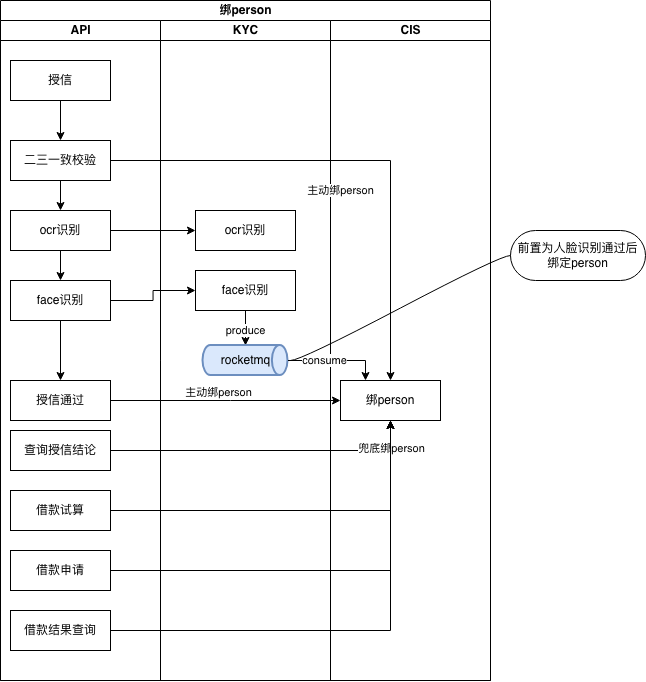
Before: 绑person对比图.png, a diagram exported from draw.io (yuanlj-tea/picgo). Source tidied: cells renumbered, new cells last; positions are measured from the earlier drawing's top-left corner, leaving out a move shared by most shapes.
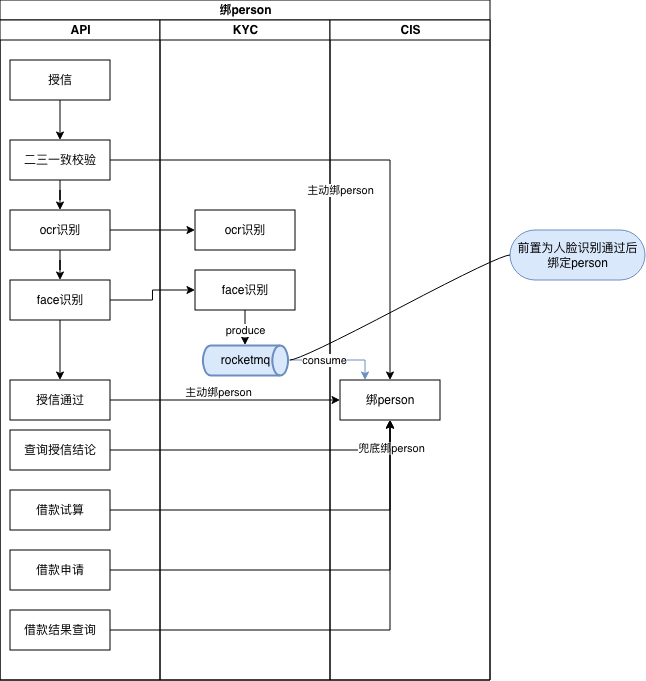
Later version of the same file.

Commit message:
更新绑person对比图.png

What changed in the source:
```diff
@@ -113,13 +113,13 @@
     <mxCell id="35" style="edgeStyle=orthogonalEdgeStyle;rounded=0;jettySize=auto;html=1;entryX=0.5;entryY=1;entryDx=0;entryDy=0;" parent="2" edge="1" source="16" target="24">
       <mxGeometry relative="1" as="geometry" />
     </mxCell>
-    <mxCell id="36" style="edgeStyle=orthogonalEdgeStyle;rounded=0;jettySize=auto;html=1;entryX=0.25;entryY=0;entryDx=0;entryDy=0;" parent="2" edge="1" source="22" target="24">
+    <mxCell id="36" style="edgeStyle=orthogonalEdgeStyle;rounded=0;jettySize=auto;html=1;entryX=0.25;entryY=0;entryDx=0;entryDy=0;fillColor=#dae8fc;strokeColor=#6c8ebf;" parent="2" edge="1" source="22" target="24">
       <mxGeometry relative="1" as="geometry" />
     </mxCell>
     <mxCell id="37" value="consume" style="edgeLabel;html=1;align=center;verticalAlign=middle;" parent="36" vertex="1">
       <mxGeometry x="-0.25" relative="1" as="geometry" />
     </mxCell>
-    <mxCell id="38" value="前置为人脸识别通过后&lt;br&gt;绑定person" style="whiteSpace=wrap;html=1;rounded=1;arcSize=50;align=center;verticalAlign=middle;strokeWidth=1;spacing=4;newEdgeStyle={&quot;edgeStyle&quot;:&quot;entityRelationEdgeStyle&quot;,&quot;startArrow&quot;:&quot;none&quot;,&quot;endArrow&quot;:&quot;none&quot;,&quot;segment&quot;:10,&quot;curved&quot;:1,&quot;sourcePerimeterSpacing&quot;:0,&quot;targetPerimeterSpacing&quot;:0};" parent="1" vertex="1">
+    <mxCell id="38" value="前置为人脸识别通过后&lt;br&gt;绑定person" style="whiteSpace=wrap;html=1;rounded=1;arcSize=50;align=center;verticalAlign=middle;strokeWidth=1;spacing=4;newEdgeStyle={&quot;edgeStyle&quot;:&quot;entityRelationEdgeStyle&quot;,&quot;startArrow&quot;:&quot;none&quot;,&quot;endArrow&quot;:&quot;none&quot;,&quot;segment&quot;:10,&quot;curved&quot;:1,&quot;sourcePerimeterSpacing&quot;:0,&quot;targetPerimeterSpacing&quot;:0};fillColor=#dae8fc;strokeColor=#6c8ebf;" parent="1" vertex="1">
       <mxGeometry x="510" y="230" width="135" height="50" as="geometry" />
     </mxCell>
     <mxCell id="39" style="edgeStyle=entityRelationEdgeStyle;startArrow=none;endArrow=none;segment=10;curved=1;sourcePerimeterSpacing=0;targetPerimeterSpacing=0;rounded=0;" parent="1" edge="1" target="38">
```
